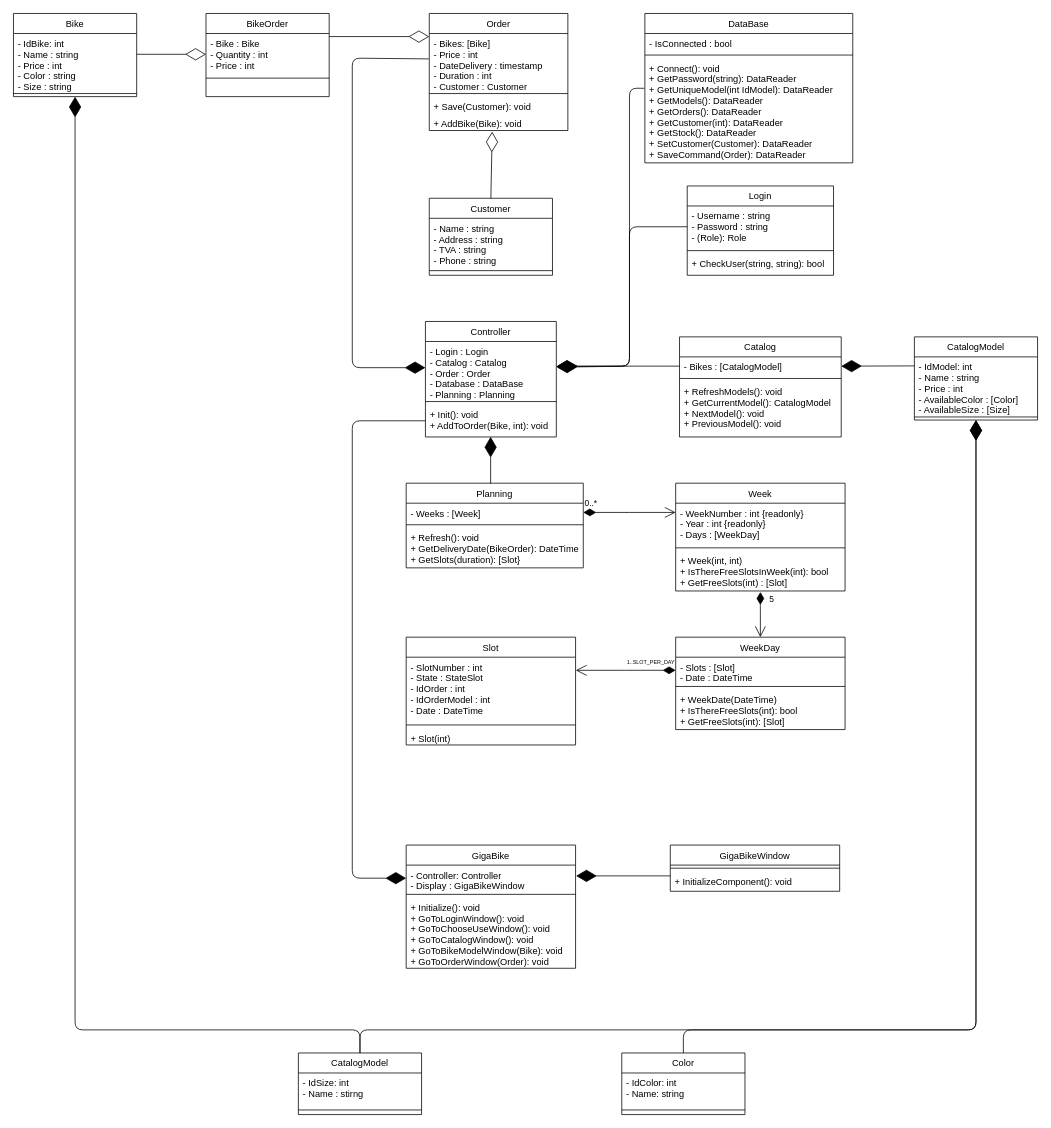
Before: Diagrams/ClassDiagram.drawio in alex210501/GigaBike, a draw.io diagram. Source tidied: cells renumbered, new cells numbered last; positions are measured from the earlier drawing's top-left corner, leaving out a move shared by most shapes. Both pictures are drawn from the tidied source at 77%, with x=0, y=0 at pixel (13, 13).
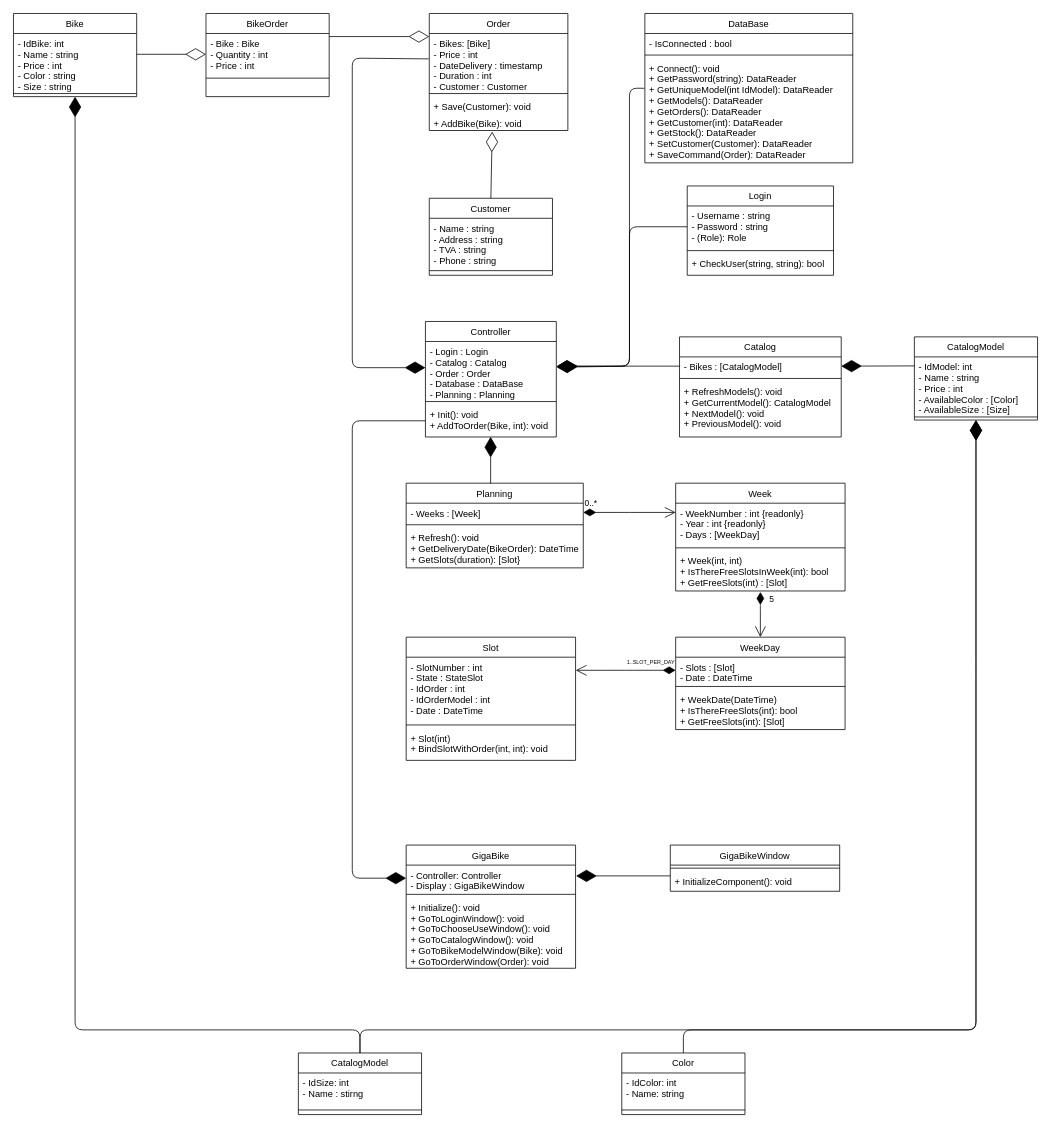
The same page after the edit.

Commit message:
Add the Slot class

What changed in the source:
```diff
@@
     <mxCell id="74" value="Slot" style="swimlane;fontStyle=0;align=center;verticalAlign=top;horizontal=1;startSize=26;rounded=0;shadow=0;strokeWidth=1;" parent="1" vertex="1">
-      <mxGeometry x="510" y="810" width="220" height="140" as="geometry" />
+      <mxGeometry x="510" y="810" width="220" height="160" as="geometry" />
     </mxCell>
@@
-    <mxCell id="77" value="+ Slot(int)" style="text;align=left;verticalAlign=top;spacingLeft=4;spacingRight=4;overflow=hidden;" parent="74" vertex="1">
-      <mxGeometry y="118" width="220" height="22" as="geometry" />
+    <mxCell id="77" value="+ Slot(int)&#10;+ BindSlotWithOrder(int, int): void" style="text;align=left;verticalAlign=top;spacingLeft=4;spacingRight=4;overflow=hidden;" parent="74" vertex="1">
+      <mxGeometry y="118" width="220" height="42" as="geometry" />
     </mxCell>
```
